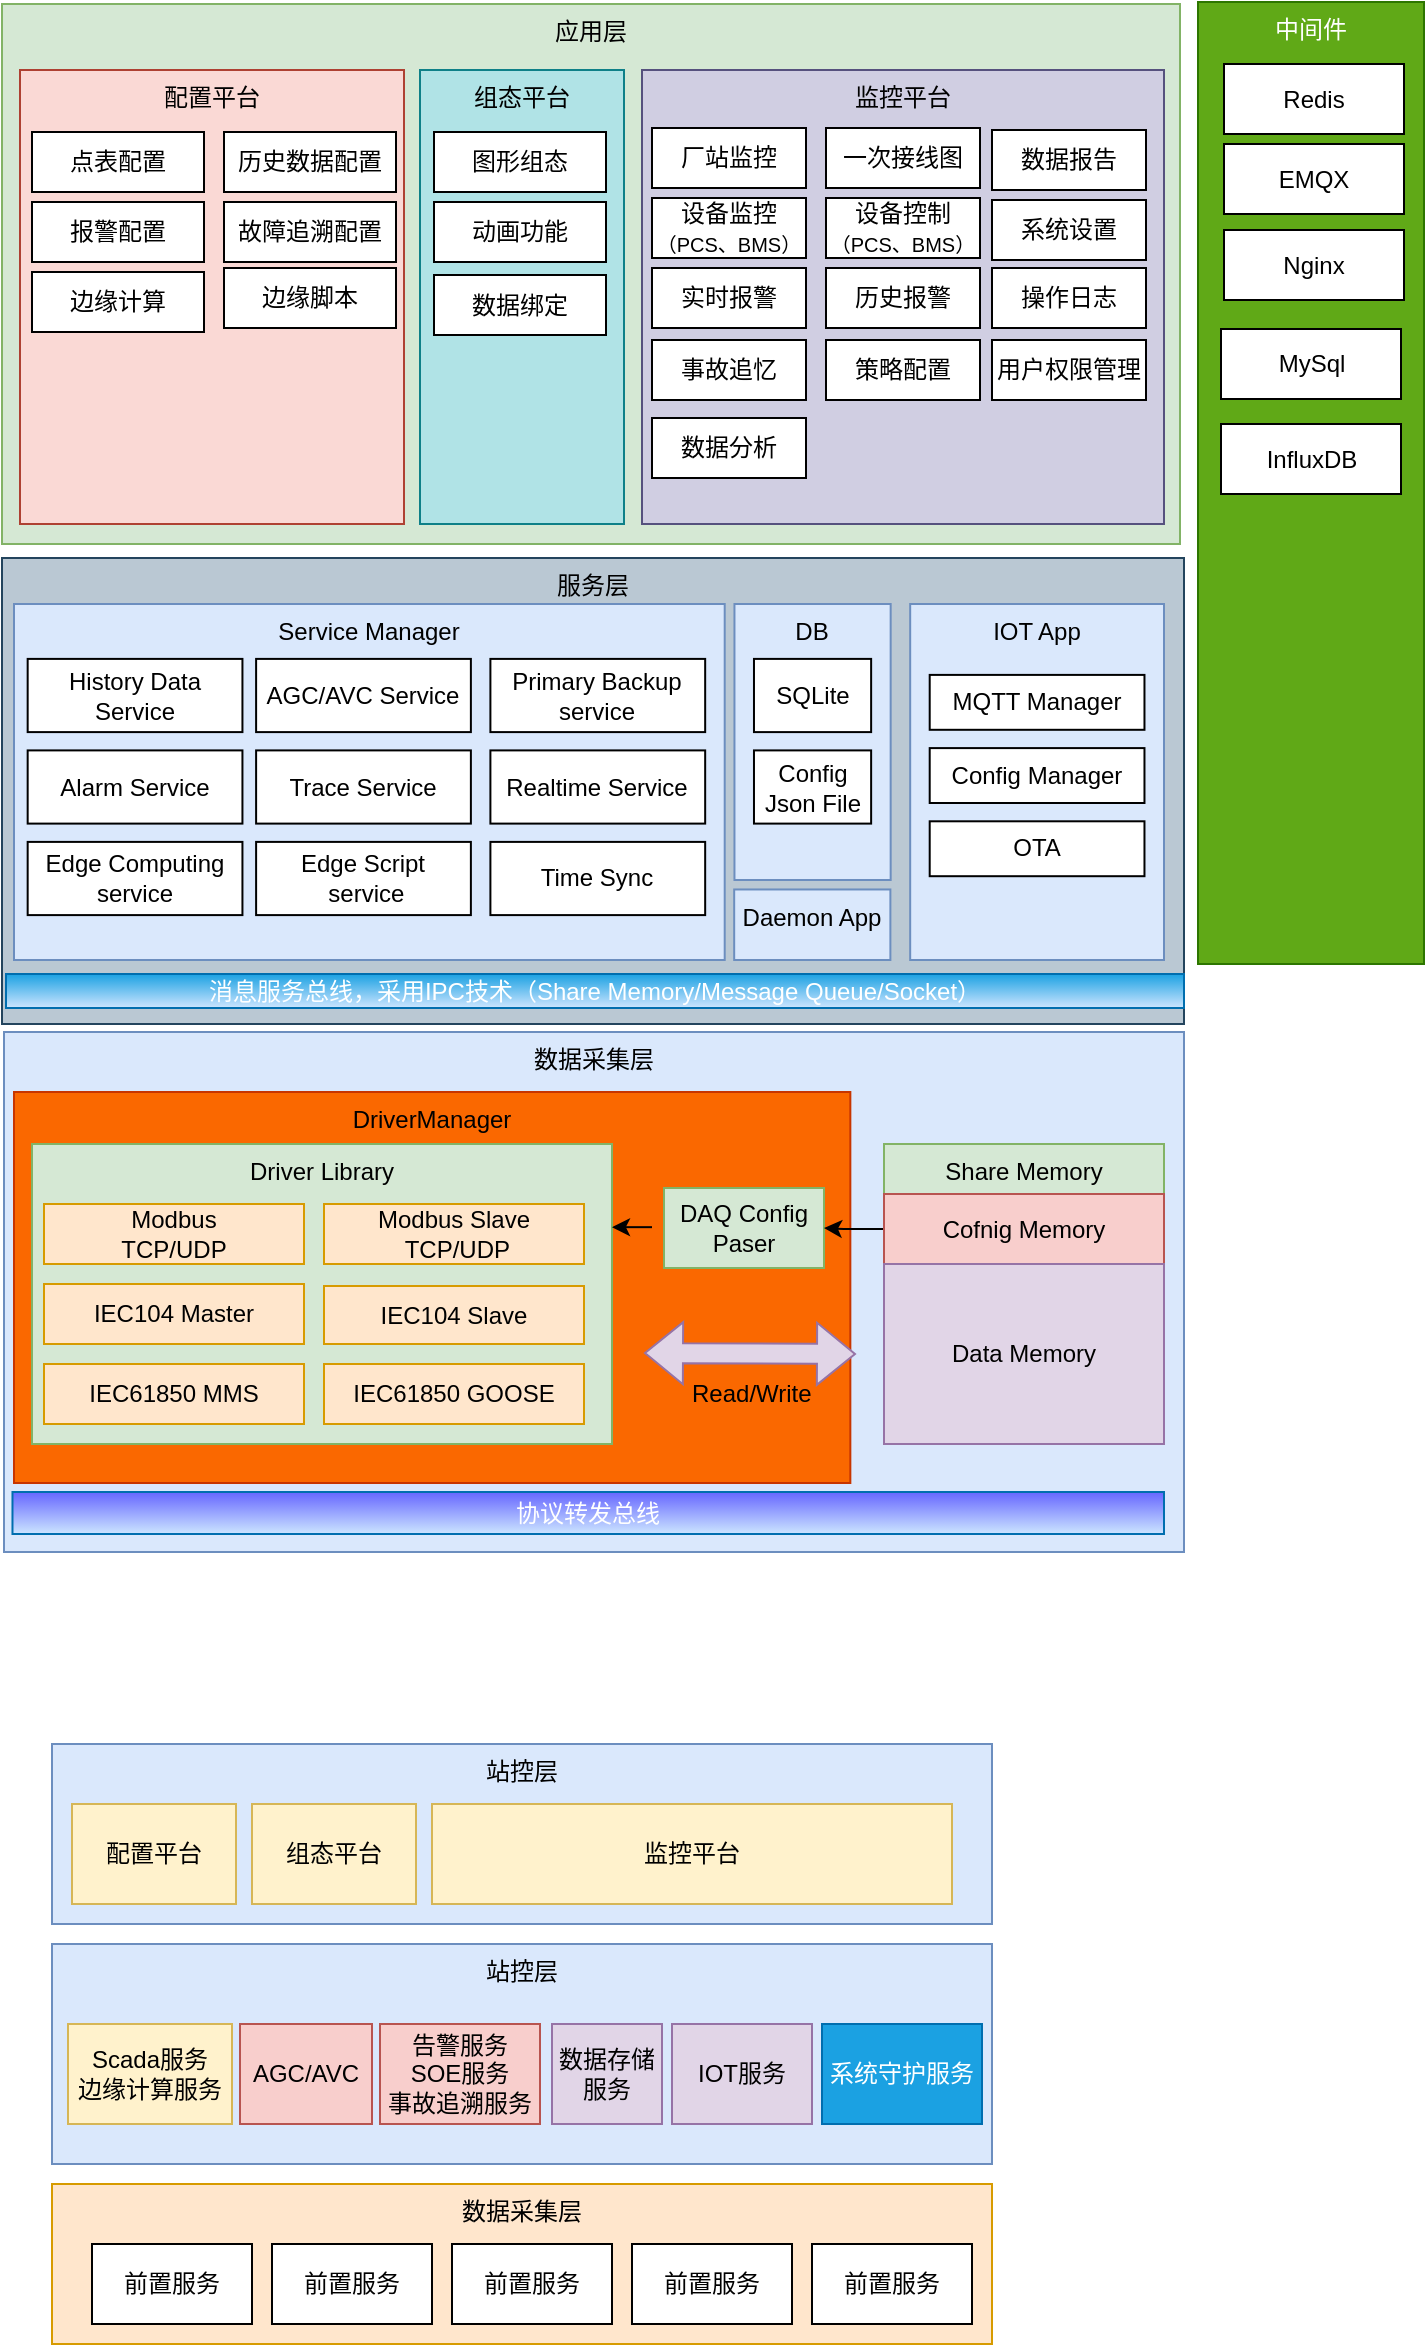
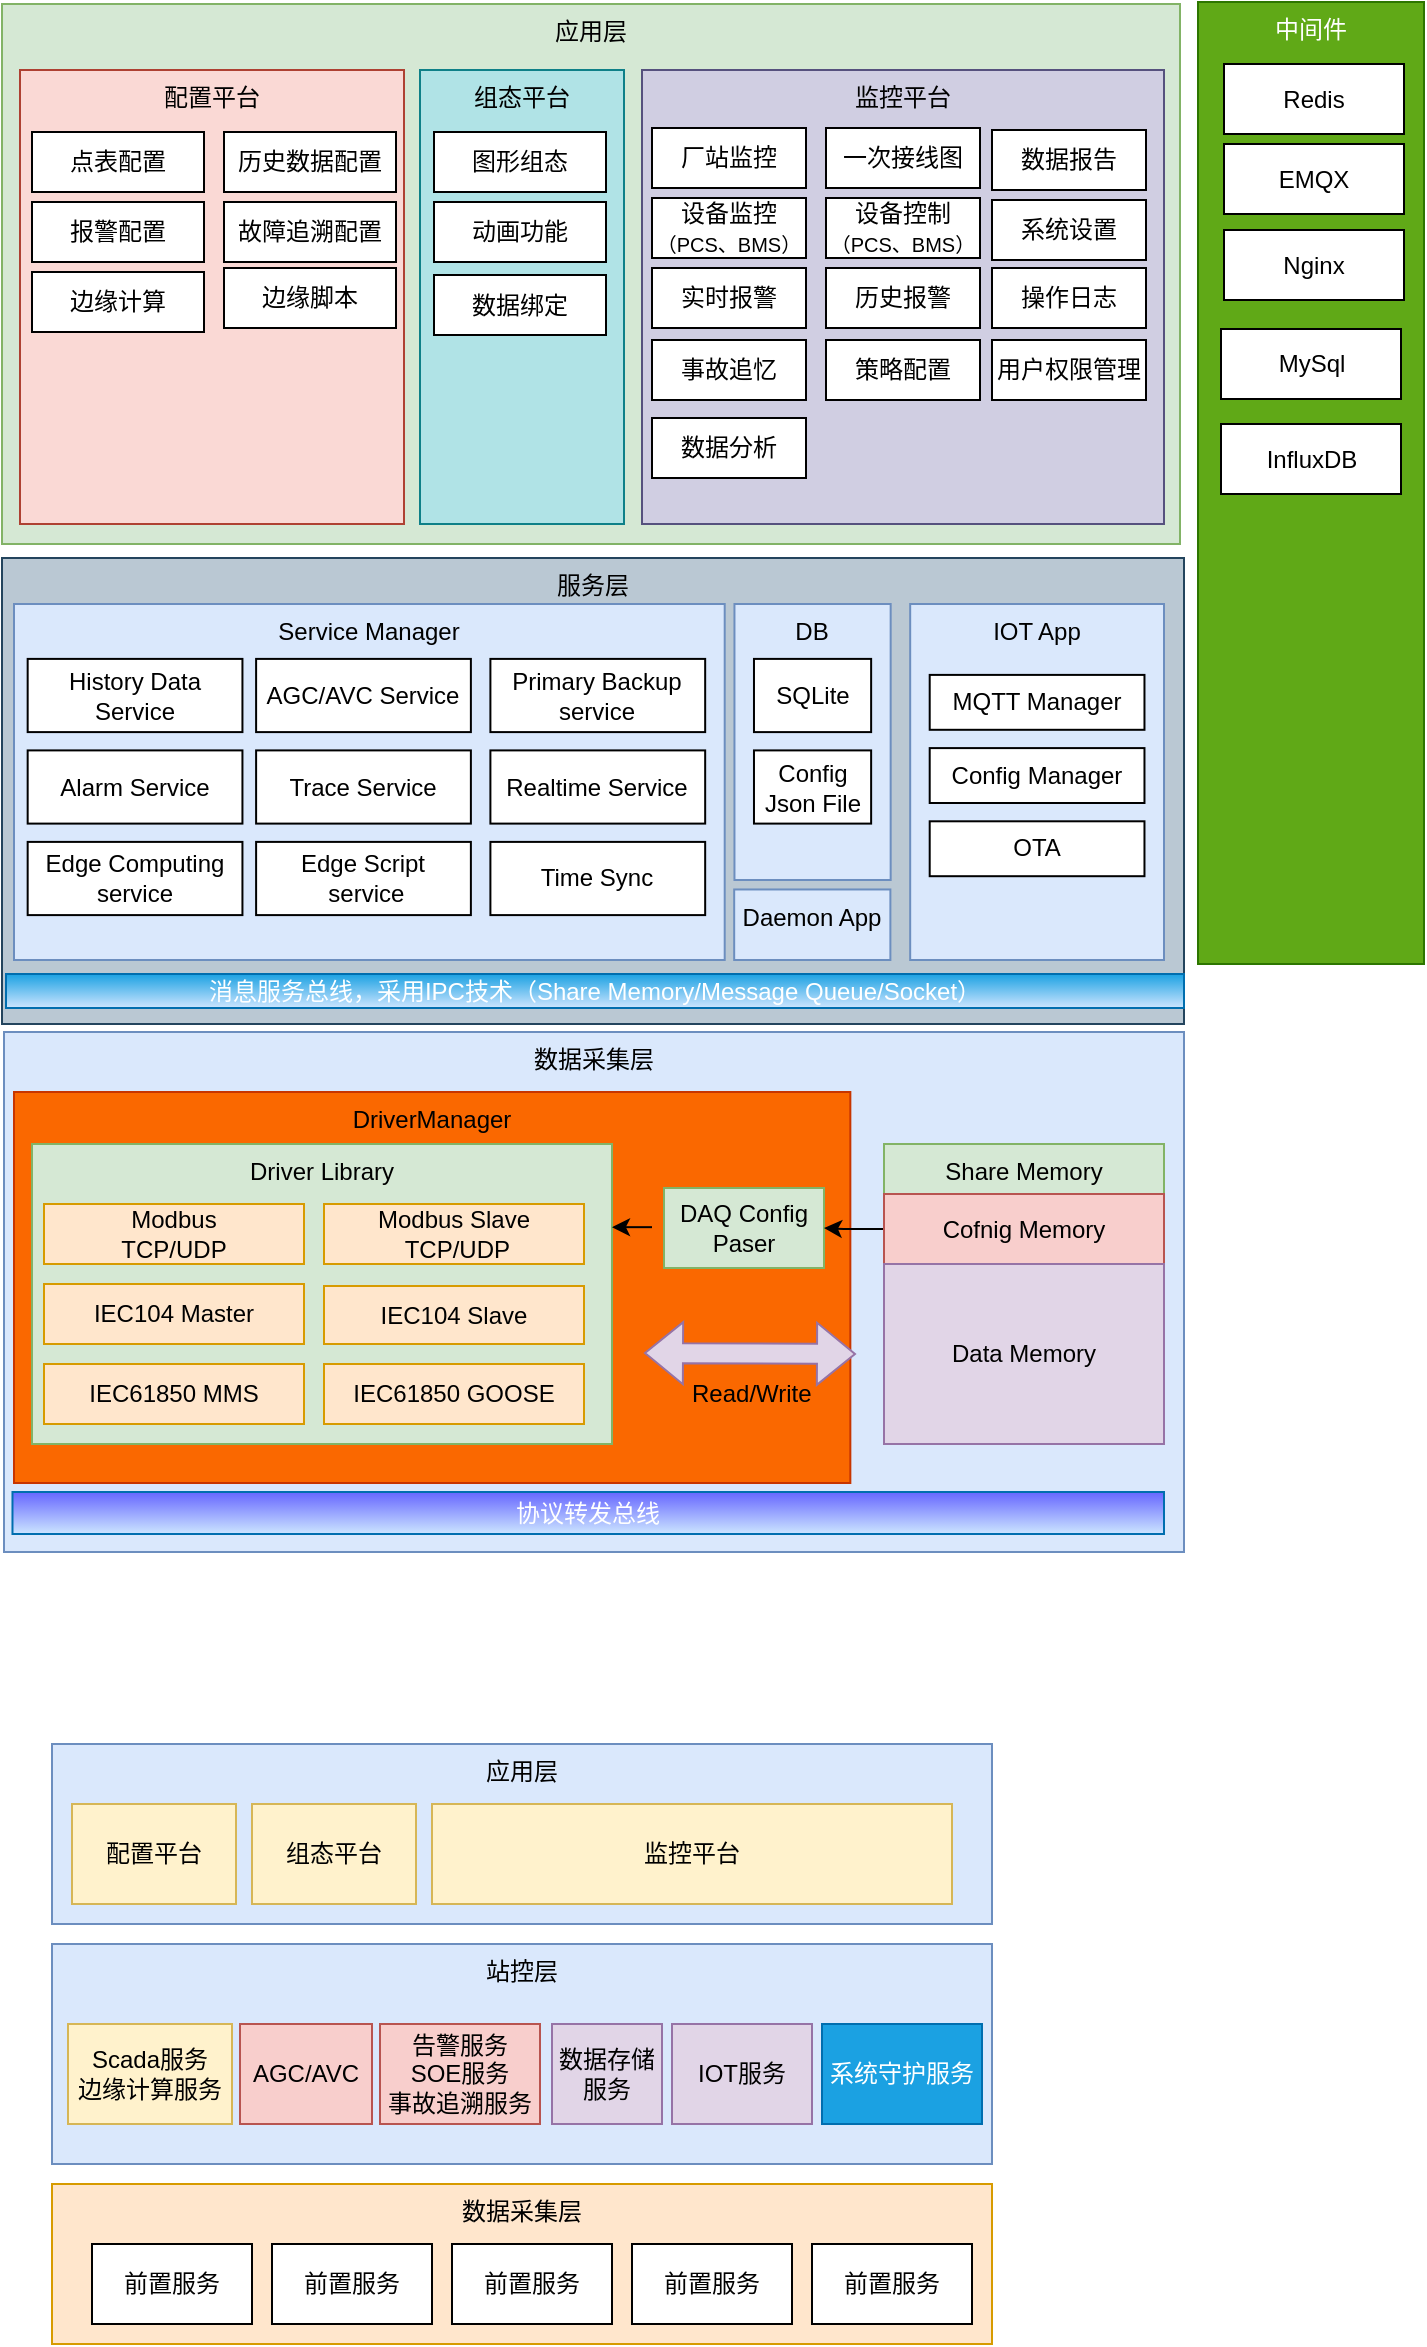
<mxfile host="app.diagrams.net">
  <diagram name="第 1 页" id="cmYdW-KwAcN8iq6mTffT">
    <mxGraphModel dx="1488" dy="1997" grid="1" gridSize="10" guides="1" tooltips="1" connect="1" arrows="1" fold="1" page="1" pageScale="1" pageWidth="827" pageHeight="1169" background="none" math="0" shadow="0">
      <root>
        <mxCell id="0" />
        <mxCell id="1" parent="0" />
        <mxCell id="tWvuuD-49sGy5XE3C95i-89" parent="1" style="rounded=0;whiteSpace=wrap;html=1;verticalAlign=top;fillColor=#bac8d3;strokeColor=#23445d;" value="服务层" vertex="1">
          <mxGeometry height="233" width="591" x="109" y="137" as="geometry" />
        </mxCell>
        <mxCell id="tWvuuD-49sGy5XE3C95i-70" parent="1" style="rounded=0;whiteSpace=wrap;html=1;fillColor=#1ba1e2;strokeColor=#006EAF;fontColor=#ffffff;fillStyle=solid;gradientColor=#CCE5FF;" value="消息服务总线，采用IPC技术（Share Memory/Message Queue/Socket）" vertex="1">
          <mxGeometry height="17" width="589" x="111" y="345" as="geometry" />
        </mxCell>
        <mxCell id="tWvuuD-49sGy5XE3C95i-1" parent="1" style="rounded=0;whiteSpace=wrap;html=1;labelPosition=center;verticalLabelPosition=middle;align=center;verticalAlign=top;fillColor=#dae8fc;strokeColor=#6c8ebf;" value="数据采集层" vertex="1">
          <mxGeometry height="260" width="590" x="110" y="374" as="geometry" />
        </mxCell>
        <mxCell id="fvacmNMgwCuQSH0wYwom-62" parent="1" style="rounded=0;whiteSpace=wrap;html=1;fillColor=#fa6800;fontColor=#000000;strokeColor=#C73500;verticalAlign=top;" value="DriverManager" vertex="1">
          <mxGeometry height="195.5" width="418.17" x="115" y="404" as="geometry" />
        </mxCell>
        <mxCell id="tWvuuD-49sGy5XE3C95i-3" parent="1" style="rounded=0;whiteSpace=wrap;html=1;verticalAlign=top;fillColor=#d5e8d4;strokeColor=#82b366;" value="Driver Library" vertex="1">
          <mxGeometry height="150" width="290" x="124" y="430" as="geometry" />
        </mxCell>
        <mxCell id="tWvuuD-49sGy5XE3C95i-4" parent="1" style="rounded=0;whiteSpace=wrap;html=1;align=center;fillColor=#ffe6cc;strokeColor=#d79b00;" value="&lt;div&gt;Modbus&lt;/div&gt;&lt;div&gt;TCP/UDP&lt;/div&gt;" vertex="1">
          <mxGeometry height="30" width="130" x="130" y="460" as="geometry" />
        </mxCell>
        <mxCell id="tWvuuD-49sGy5XE3C95i-6" parent="1" style="rounded=0;whiteSpace=wrap;html=1;fillColor=#ffe6cc;strokeColor=#d79b00;" value="IEC104 Master" vertex="1">
          <mxGeometry height="30" width="130" x="130" y="500" as="geometry" />
        </mxCell>
        <mxCell id="tWvuuD-49sGy5XE3C95i-7" parent="1" style="rounded=0;whiteSpace=wrap;html=1;fillColor=#ffe6cc;strokeColor=#d79b00;" value="IEC104 Slave" vertex="1">
          <mxGeometry height="29" width="130" x="270" y="501" as="geometry" />
        </mxCell>
        <mxCell id="tWvuuD-49sGy5XE3C95i-8" parent="1" style="rounded=0;whiteSpace=wrap;html=1;fillColor=#ffe6cc;strokeColor=#d79b00;" value="&lt;div&gt;Modbus Slave&lt;/div&gt;&lt;div&gt;&amp;nbsp;TCP/UDP&lt;/div&gt;" vertex="1">
          <mxGeometry height="30" width="130" x="270" y="460" as="geometry" />
        </mxCell>
        <mxCell id="tWvuuD-49sGy5XE3C95i-9" parent="1" style="rounded=0;whiteSpace=wrap;html=1;fillColor=#ffe6cc;strokeColor=#d79b00;" value="IEC61850 MMS" vertex="1">
          <mxGeometry height="30" width="130" x="130" y="540" as="geometry" />
        </mxCell>
        <mxCell id="tWvuuD-49sGy5XE3C95i-10" parent="1" style="rounded=0;whiteSpace=wrap;html=1;fillColor=#ffe6cc;strokeColor=#d79b00;" value="IEC61850 GOOSE" vertex="1">
          <mxGeometry height="30" width="130" x="270" y="540" as="geometry" />
        </mxCell>
        <mxCell id="tWvuuD-49sGy5XE3C95i-11" parent="1" style="rounded=0;whiteSpace=wrap;html=1;fillColor=#d5e8d4;strokeColor=#82b366;" value="DAQ Config Paser" vertex="1">
          <mxGeometry height="40" width="80" x="440" y="452" as="geometry" />
        </mxCell>
        <mxCell id="tWvuuD-49sGy5XE3C95i-12" parent="1" style="rounded=0;whiteSpace=wrap;html=1;fillColor=#d5e8d4;strokeColor=#82b366;verticalAlign=top;" value="Share Memory" vertex="1">
          <mxGeometry height="150" width="140" x="550" y="430" as="geometry" />
        </mxCell>
        <mxCell id="tWvuuD-49sGy5XE3C95i-20" edge="1" parent="1" source="tWvuuD-49sGy5XE3C95i-13" style="edgeStyle=orthogonalEdgeStyle;rounded=0;orthogonalLoop=1;jettySize=auto;html=1;" target="tWvuuD-49sGy5XE3C95i-11" value="">
          <mxGeometry relative="1" as="geometry" />
        </mxCell>
        <mxCell id="tWvuuD-49sGy5XE3C95i-13" parent="1" style="rounded=0;whiteSpace=wrap;html=1;fillColor=#f8cecc;strokeColor=#b85450;" value="Cofnig Memory" vertex="1">
          <mxGeometry height="35" width="140" x="550" y="455" as="geometry" />
        </mxCell>
        <mxCell id="tWvuuD-49sGy5XE3C95i-14" parent="1" style="rounded=0;whiteSpace=wrap;html=1;fillColor=#e1d5e7;strokeColor=#9673a6;" value="Data Memory" vertex="1">
          <mxGeometry height="90" width="140" x="550" y="490" as="geometry" />
        </mxCell>
        <mxCell id="tWvuuD-49sGy5XE3C95i-22" edge="1" parent="1" style="shape=flexArrow;endArrow=classic;startArrow=classic;html=1;rounded=0;fillColor=#e1d5e7;strokeColor=#9673a6;" value="">
          <mxGeometry height="100" relative="1" width="100" as="geometry">
            <mxPoint x="430" y="534.5" as="sourcePoint" />
            <mxPoint x="536" y="535" as="targetPoint" />
          </mxGeometry>
        </mxCell>
        <mxCell id="tWvuuD-49sGy5XE3C95i-30" edge="1" parent="1" style="endArrow=classic;html=1;rounded=0;" value="">
          <mxGeometry height="50" relative="1" width="50" as="geometry">
            <mxPoint x="434" y="471.58000000000004" as="sourcePoint" />
            <mxPoint x="414" y="471.58000000000004" as="targetPoint" />
          </mxGeometry>
        </mxCell>
        <mxCell id="tWvuuD-49sGy5XE3C95i-31" parent="1" style="text;strokeColor=none;fillColor=none;align=left;verticalAlign=middle;spacingLeft=4;spacingRight=4;overflow=hidden;points=[[0,0.5],[1,0.5]];portConstraint=eastwest;rotatable=0;whiteSpace=wrap;html=1;" value="Read/Write" vertex="1">
          <mxGeometry height="30" width="70" x="448" y="540" as="geometry" />
        </mxCell>
        <mxCell id="tWvuuD-49sGy5XE3C95i-47" parent="1" style="rounded=0;whiteSpace=wrap;html=1;verticalAlign=top;fillColor=#d5e8d4;strokeColor=#82b366;" value="应用层" vertex="1">
          <mxGeometry height="270" width="589" x="109" y="-140" as="geometry" />
        </mxCell>
        <mxCell id="tWvuuD-49sGy5XE3C95i-48" parent="1" style="rounded=0;whiteSpace=wrap;html=1;verticalAlign=top;fillColor=#fad9d5;strokeColor=#ae4132;" value="配置平台" vertex="1">
          <mxGeometry height="227" width="192" x="118" y="-107" as="geometry" />
        </mxCell>
        <mxCell id="tWvuuD-49sGy5XE3C95i-49" parent="1" style="rounded=0;whiteSpace=wrap;html=1;verticalAlign=top;fillColor=#b0e3e6;strokeColor=#0e8088;" value="组态平台" vertex="1">
          <mxGeometry height="227" width="102" x="318" y="-107" as="geometry" />
        </mxCell>
        <mxCell id="tWvuuD-49sGy5XE3C95i-50" parent="1" style="rounded=0;whiteSpace=wrap;html=1;verticalAlign=top;fillColor=#d0cee2;strokeColor=#56517e;" value="监控平台" vertex="1">
          <mxGeometry height="227" width="261" x="429" y="-107" as="geometry" />
        </mxCell>
        <mxCell id="tWvuuD-49sGy5XE3C95i-51" parent="1" style="rounded=0;whiteSpace=wrap;html=1;" value="点表配置" vertex="1">
          <mxGeometry height="30" width="86" x="124" y="-76" as="geometry" />
        </mxCell>
        <mxCell id="tWvuuD-49sGy5XE3C95i-52" parent="1" style="rounded=0;whiteSpace=wrap;html=1;" value="历史数据配置" vertex="1">
          <mxGeometry height="30" width="86" x="220" y="-76" as="geometry" />
        </mxCell>
        <mxCell id="tWvuuD-49sGy5XE3C95i-53" parent="1" style="rounded=0;whiteSpace=wrap;html=1;" value="报警配置" vertex="1">
          <mxGeometry height="30" width="86" x="124" y="-41" as="geometry" />
        </mxCell>
        <mxCell id="tWvuuD-49sGy5XE3C95i-54" parent="1" style="rounded=0;whiteSpace=wrap;html=1;" value="故障追溯配置" vertex="1">
          <mxGeometry height="30" width="86" x="220" y="-41" as="geometry" />
        </mxCell>
        <mxCell id="tWvuuD-49sGy5XE3C95i-55" parent="1" style="rounded=0;whiteSpace=wrap;html=1;" value="边缘计算" vertex="1">
          <mxGeometry height="30" width="86" x="124" y="-6" as="geometry" />
        </mxCell>
        <mxCell id="tWvuuD-49sGy5XE3C95i-56" parent="1" style="rounded=0;whiteSpace=wrap;html=1;" value="边缘脚本" vertex="1">
          <mxGeometry height="30" width="86" x="220" y="-8" as="geometry" />
        </mxCell>
        <mxCell id="tWvuuD-49sGy5XE3C95i-57" parent="1" style="rounded=0;whiteSpace=wrap;html=1;" value="图形组态" vertex="1">
          <mxGeometry height="30" width="86" x="325" y="-76" as="geometry" />
        </mxCell>
        <mxCell id="tWvuuD-49sGy5XE3C95i-58" parent="1" style="rounded=0;whiteSpace=wrap;html=1;" value="数据绑定" vertex="1">
          <mxGeometry height="30" width="86" x="325" y="-4.5" as="geometry" />
        </mxCell>
        <mxCell id="tWvuuD-49sGy5XE3C95i-59" parent="1" style="rounded=0;whiteSpace=wrap;html=1;" value="动画功能" vertex="1">
          <mxGeometry height="30" width="86" x="325" y="-41" as="geometry" />
        </mxCell>
        <mxCell id="tWvuuD-49sGy5XE3C95i-61" parent="1" style="rounded=0;whiteSpace=wrap;html=1;" value="厂站监控" vertex="1">
          <mxGeometry height="30" width="77" x="434" y="-78" as="geometry" />
        </mxCell>
        <mxCell id="tWvuuD-49sGy5XE3C95i-63" parent="1" style="rounded=0;whiteSpace=wrap;html=1;" value="一次接线图" vertex="1">
          <mxGeometry height="30" width="77" x="521" y="-78" as="geometry" />
        </mxCell>
        <mxCell id="tWvuuD-49sGy5XE3C95i-64" parent="1" style="rounded=0;whiteSpace=wrap;html=1;" value="&lt;div&gt;设备监控&lt;/div&gt;&lt;div&gt;&lt;font style=&quot;font-size: 10px;&quot;&gt;（PCS、BMS）&lt;/font&gt;&lt;/div&gt;" vertex="1">
          <mxGeometry height="30" width="77" x="434" y="-43" as="geometry" />
        </mxCell>
        <mxCell id="tWvuuD-49sGy5XE3C95i-65" parent="1" style="rounded=0;whiteSpace=wrap;html=1;" value="&lt;div&gt;设备控制&lt;/div&gt;&lt;div&gt;&lt;font style=&quot;font-size: 10px;&quot;&gt;（PCS、BMS）&lt;/font&gt;&lt;/div&gt;" vertex="1">
          <mxGeometry height="30" width="77" x="521" y="-43" as="geometry" />
        </mxCell>
        <mxCell id="tWvuuD-49sGy5XE3C95i-66" parent="1" style="rounded=0;whiteSpace=wrap;html=1;" value="&lt;div&gt;实时报警&lt;/div&gt;" vertex="1">
          <mxGeometry height="30" width="77" x="434" y="-8" as="geometry" />
        </mxCell>
        <mxCell id="tWvuuD-49sGy5XE3C95i-67" parent="1" style="rounded=0;whiteSpace=wrap;html=1;" value="&lt;div&gt;历史报警&lt;/div&gt;" vertex="1">
          <mxGeometry height="30" width="77" x="521" y="-8" as="geometry" />
        </mxCell>
        <mxCell id="tWvuuD-49sGy5XE3C95i-68" parent="1" style="rounded=0;whiteSpace=wrap;html=1;" value="事故追忆" vertex="1">
          <mxGeometry height="30" width="77" x="434" y="28" as="geometry" />
        </mxCell>
        <mxCell id="tWvuuD-49sGy5XE3C95i-69" parent="1" style="rounded=0;whiteSpace=wrap;html=1;" value="策略配置" vertex="1">
          <mxGeometry height="30" width="77" x="521" y="28" as="geometry" />
        </mxCell>
        <mxCell id="tWvuuD-49sGy5XE3C95i-73" parent="1" style="rounded=0;whiteSpace=wrap;html=1;verticalAlign=top;fillColor=#60a917;fontColor=#ffffff;strokeColor=#2D7600;" value="中间件" vertex="1">
          <mxGeometry height="481" width="113" x="707" y="-141" as="geometry" />
        </mxCell>
        <mxCell id="tWvuuD-49sGy5XE3C95i-74" parent="1" style="rounded=0;whiteSpace=wrap;html=1;" value="Redis" vertex="1">
          <mxGeometry height="35" width="90" x="720" y="-110" as="geometry" />
        </mxCell>
        <mxCell id="tWvuuD-49sGy5XE3C95i-75" parent="1" style="rounded=0;whiteSpace=wrap;html=1;" value="EMQX" vertex="1">
          <mxGeometry height="35" width="90" x="720" y="-70" as="geometry" />
        </mxCell>
        <mxCell id="tWvuuD-49sGy5XE3C95i-76" parent="1" style="rounded=0;whiteSpace=wrap;html=1;" value="Nginx" vertex="1">
          <mxGeometry height="35" width="90" x="720" y="-27" as="geometry" />
        </mxCell>
        <mxCell id="tWvuuD-49sGy5XE3C95i-77" parent="1" style="rounded=0;whiteSpace=wrap;html=1;" value="MySql" vertex="1">
          <mxGeometry height="35" width="90" x="718.5" y="22.5" as="geometry" />
        </mxCell>
        <mxCell id="tWvuuD-49sGy5XE3C95i-78" parent="1" style="rounded=0;whiteSpace=wrap;html=1;" value="InfluxDB" vertex="1">
          <mxGeometry height="35" width="90" x="718.5" y="70" as="geometry" />
        </mxCell>
        <mxCell id="tWvuuD-49sGy5XE3C95i-83" parent="1" style="rounded=0;whiteSpace=wrap;html=1;" value="操作日志" vertex="1">
          <mxGeometry height="30" width="77" x="604" y="-8" as="geometry" />
        </mxCell>
        <mxCell id="tWvuuD-49sGy5XE3C95i-84" parent="1" style="rounded=0;whiteSpace=wrap;html=1;" value="用户权限管理" vertex="1">
          <mxGeometry height="30" width="77" x="604" y="28" as="geometry" />
        </mxCell>
        <mxCell id="tWvuuD-49sGy5XE3C95i-85" parent="1" style="rounded=0;whiteSpace=wrap;html=1;" value="数据报告" vertex="1">
          <mxGeometry height="30" width="77" x="604" y="-77" as="geometry" />
        </mxCell>
        <mxCell id="tWvuuD-49sGy5XE3C95i-86" parent="1" style="rounded=0;whiteSpace=wrap;html=1;" value="系统设置" vertex="1">
          <mxGeometry height="30" width="77" x="604" y="-42" as="geometry" />
        </mxCell>
        <mxCell id="tWvuuD-49sGy5XE3C95i-88" parent="1" style="rounded=0;whiteSpace=wrap;html=1;" value="数据分析" vertex="1">
          <mxGeometry height="30" width="77" x="434" y="67" as="geometry" />
        </mxCell>
        <mxCell id="tWvuuD-49sGy5XE3C95i-32" parent="1" style="rounded=0;whiteSpace=wrap;html=1;labelPosition=center;verticalLabelPosition=middle;align=center;verticalAlign=top;fillColor=#dae8fc;strokeColor=#6c8ebf;" value="Service Manager" vertex="1">
          <mxGeometry height="178" width="355.35" x="115" y="160" as="geometry" />
        </mxCell>
        <mxCell id="tWvuuD-49sGy5XE3C95i-33" parent="1" style="rounded=0;whiteSpace=wrap;html=1;" value="History Data Service" vertex="1">
          <mxGeometry height="36.6" width="107.38539898132426" x="121.83361629881155" y="187.45" as="geometry" />
        </mxCell>
        <mxCell id="tWvuuD-49sGy5XE3C95i-34" parent="1" style="rounded=0;whiteSpace=wrap;html=1;" value="Alarm Service" vertex="1">
          <mxGeometry height="36.6" width="107.38539898132426" x="121.83361629881155" y="233.2" as="geometry" />
        </mxCell>
        <mxCell id="tWvuuD-49sGy5XE3C95i-35" parent="1" style="rounded=0;whiteSpace=wrap;html=1;" value="Edge Computing service" vertex="1">
          <mxGeometry height="36.6" width="107.38539898132426" x="121.83361629881155" y="278.95" as="geometry" />
        </mxCell>
        <mxCell id="tWvuuD-49sGy5XE3C95i-36" parent="1" style="rounded=0;whiteSpace=wrap;html=1;" value="AGC/AVC Service" vertex="1">
          <mxGeometry height="36.6" width="107.38539898132426" x="236.05263157894734" y="187.45" as="geometry" />
        </mxCell>
        <mxCell id="tWvuuD-49sGy5XE3C95i-37" parent="1" style="rounded=0;whiteSpace=wrap;html=1;" value="Trace Service" vertex="1">
          <mxGeometry height="36.6" width="107.38539898132426" x="236.05263157894734" y="233.2" as="geometry" />
        </mxCell>
        <mxCell id="tWvuuD-49sGy5XE3C95i-38" parent="1" style="rounded=0;whiteSpace=wrap;html=1;" value="&lt;div&gt;Edge Script&lt;/div&gt;&lt;div&gt;&amp;nbsp;service&lt;/div&gt;" vertex="1">
          <mxGeometry height="36.6" width="107.38539898132426" x="236.05263157894734" y="278.95" as="geometry" />
        </mxCell>
        <mxCell id="tWvuuD-49sGy5XE3C95i-39" parent="1" style="rounded=0;whiteSpace=wrap;html=1;" value="Primary Backup service" vertex="1">
          <mxGeometry height="36.6" width="107.38539898132426" x="353.2003395585738" y="187.45" as="geometry" />
        </mxCell>
        <mxCell id="tWvuuD-49sGy5XE3C95i-40" parent="1" style="rounded=0;whiteSpace=wrap;html=1;labelPosition=center;verticalLabelPosition=middle;align=center;verticalAlign=top;fillColor=#dae8fc;strokeColor=#6c8ebf;" value="IOT App" vertex="1">
          <mxGeometry height="178" width="126.91" x="563.09" y="160" as="geometry" />
        </mxCell>
        <mxCell id="tWvuuD-49sGy5XE3C95i-41" parent="1" style="rounded=0;whiteSpace=wrap;html=1;" value="MQTT Manager" vertex="1">
          <mxGeometry height="27.45" width="107.38539898132426" x="572.8522920203734" y="195.45" as="geometry" />
        </mxCell>
        <mxCell id="tWvuuD-49sGy5XE3C95i-42" parent="1" style="rounded=0;whiteSpace=wrap;html=1;" value="Config Manager" vertex="1">
          <mxGeometry height="27.45" width="107.38539898132426" x="572.8522920203734" y="232.05" as="geometry" />
        </mxCell>
        <mxCell id="tWvuuD-49sGy5XE3C95i-43" parent="1" style="rounded=0;whiteSpace=wrap;html=1;" value="Realtime Service" vertex="1">
          <mxGeometry height="36.6" width="107.38539898132426" x="353.2003395585738" y="233.2" as="geometry" />
        </mxCell>
        <mxCell id="tWvuuD-49sGy5XE3C95i-44" parent="1" style="rounded=0;whiteSpace=wrap;html=1;labelPosition=center;verticalLabelPosition=middle;align=center;verticalAlign=top;fillColor=#dae8fc;strokeColor=#6c8ebf;" value="DB" vertex="1">
          <mxGeometry height="138" width="78.1" x="475.23" y="160" as="geometry" />
        </mxCell>
        <mxCell id="tWvuuD-49sGy5XE3C95i-45" parent="1" style="rounded=0;whiteSpace=wrap;html=1;" value="SQLite" vertex="1">
          <mxGeometry height="36.6" width="58.57385398981324" x="484.9915110356536" y="187.45" as="geometry" />
        </mxCell>
        <mxCell id="tWvuuD-49sGy5XE3C95i-46" parent="1" style="rounded=0;whiteSpace=wrap;html=1;" value="&lt;div&gt;Config&lt;/div&gt;&lt;div&gt;Json File&lt;/div&gt;" vertex="1">
          <mxGeometry height="36.6" width="58.57385398981324" x="484.9915110356536" y="233.2" as="geometry" />
        </mxCell>
        <mxCell id="tWvuuD-49sGy5XE3C95i-79" parent="1" style="rounded=0;whiteSpace=wrap;html=1;" value="OTA" vertex="1">
          <mxGeometry height="27.45" width="107.38539898132426" x="572.8522920203734" y="268.65" as="geometry" />
        </mxCell>
        <mxCell id="tWvuuD-49sGy5XE3C95i-80" parent="1" style="rounded=0;whiteSpace=wrap;html=1;labelPosition=center;verticalLabelPosition=middle;align=center;verticalAlign=top;fillColor=#dae8fc;strokeColor=#6c8ebf;" value="Daemon App" vertex="1">
          <mxGeometry height="35.26" width="78.1" x="475.09" y="302.74" as="geometry" />
        </mxCell>
        <mxCell id="tWvuuD-49sGy5XE3C95i-81" parent="1" style="rounded=0;whiteSpace=wrap;html=1;" value="Time Sync" vertex="1">
          <mxGeometry height="36.6" width="107.38539898132426" x="353.2003395585738" y="278.95" as="geometry" />
        </mxCell>
        <mxCell id="aoO8w_xtNYREDllr1Nt--1" parent="1" style="rounded=0;whiteSpace=wrap;html=1;fillColor=#6666FF;strokeColor=#006EAF;fontColor=#ffffff;fillStyle=solid;gradientColor=#CCE5FF;" value="协议转发总线" vertex="1">
          <mxGeometry height="21" width="575.76" x="114.24" y="604" as="geometry" />
        </mxCell>
        <mxCell id="v0J59R1EMO4tD5IYC0D5-1" parent="1" style="rounded=0;whiteSpace=wrap;html=1;verticalAlign=top;fillColor=#ffe6cc;strokeColor=#d79b00;" value="数据采集层" vertex="1">
          <mxGeometry height="80" width="470" x="134" y="950" as="geometry" />
        </mxCell>
        <mxCell id="v0J59R1EMO4tD5IYC0D5-2" parent="1" style="rounded=0;whiteSpace=wrap;html=1;" value="前置服务" vertex="1">
          <mxGeometry height="40" width="80" x="154" y="980" as="geometry" />
        </mxCell>
        <mxCell id="v0J59R1EMO4tD5IYC0D5-3" parent="1" style="rounded=0;whiteSpace=wrap;html=1;" value="前置服务" vertex="1">
          <mxGeometry height="40" width="80" x="244" y="980" as="geometry" />
        </mxCell>
        <mxCell id="v0J59R1EMO4tD5IYC0D5-4" parent="1" style="rounded=0;whiteSpace=wrap;html=1;" value="前置服务" vertex="1">
          <mxGeometry height="40" width="80" x="334" y="980" as="geometry" />
        </mxCell>
        <mxCell id="v0J59R1EMO4tD5IYC0D5-5" parent="1" style="rounded=0;whiteSpace=wrap;html=1;" value="前置服务" vertex="1">
          <mxGeometry height="40" width="80" x="424" y="980" as="geometry" />
        </mxCell>
        <mxCell id="v0J59R1EMO4tD5IYC0D5-6" parent="1" style="rounded=0;whiteSpace=wrap;html=1;" value="前置服务" vertex="1">
          <mxGeometry height="40" width="80" x="514" y="980" as="geometry" />
        </mxCell>
        <mxCell id="v0J59R1EMO4tD5IYC0D5-7" parent="1" style="rounded=0;whiteSpace=wrap;html=1;verticalAlign=top;fillColor=#dae8fc;strokeColor=#6c8ebf;" value="站控层" vertex="1">
          <mxGeometry height="110" width="470" x="134" y="830" as="geometry" />
        </mxCell>
        <mxCell id="v0J59R1EMO4tD5IYC0D5-8" parent="1" style="rounded=0;whiteSpace=wrap;html=1;fillColor=#fff2cc;strokeColor=#d6b656;" value="&lt;div&gt;Scada服务&lt;/div&gt;&lt;div&gt;边缘计算服务&lt;/div&gt;" vertex="1">
          <mxGeometry height="50" width="82" x="142" y="870" as="geometry" />
        </mxCell>
        <mxCell id="v0J59R1EMO4tD5IYC0D5-9" parent="1" style="rounded=0;whiteSpace=wrap;html=1;fillColor=#f8cecc;strokeColor=#b85450;" value="AGC/AVC" vertex="1">
          <mxGeometry height="50" width="66" x="228" y="870" as="geometry" />
        </mxCell>
        <mxCell id="v0J59R1EMO4tD5IYC0D5-10" parent="1" style="rounded=0;whiteSpace=wrap;html=1;fillColor=#f8cecc;strokeColor=#b85450;" value="&lt;div&gt;告警服务&lt;/div&gt;&lt;div&gt;SOE服务&lt;/div&gt;&lt;div&gt;事故追溯服务&lt;/div&gt;" vertex="1">
          <mxGeometry height="50" width="80" x="298" y="870" as="geometry" />
        </mxCell>
        <mxCell id="v0J59R1EMO4tD5IYC0D5-11" parent="1" style="rounded=0;whiteSpace=wrap;html=1;fillColor=#e1d5e7;strokeColor=#9673a6;" value="数据存储服务" vertex="1">
          <mxGeometry height="50" width="55" x="384" y="870" as="geometry" />
        </mxCell>
        <mxCell id="v0J59R1EMO4tD5IYC0D5-12" parent="1" style="rounded=0;whiteSpace=wrap;html=1;fillColor=#1ba1e2;fontColor=#ffffff;strokeColor=#006EAF;" value="系统守护服务" vertex="1">
          <mxGeometry height="50" width="80" x="519" y="870" as="geometry" />
        </mxCell>
        <mxCell id="v0J59R1EMO4tD5IYC0D5-13" parent="1" style="rounded=0;whiteSpace=wrap;html=1;fillColor=#e1d5e7;strokeColor=#9673a6;" value="IOT服务" vertex="1">
          <mxGeometry height="50" width="70" x="444" y="870" as="geometry" />
        </mxCell>
-         <mxCell id="v0J59R1EMO4tD5IYC0D5-14" parent="1" style="rounded=0;whiteSpace=wrap;html=1;verticalAlign=top;fillColor=#dae8fc;strokeColor=#6c8ebf;" value="站控层" vertex="1">
+         <mxCell id="v0J59R1EMO4tD5IYC0D5-14" parent="1" style="rounded=0;whiteSpace=wrap;html=1;verticalAlign=top;fillColor=#dae8fc;strokeColor=#6c8ebf;" value="应用层" vertex="1">
          <mxGeometry height="90" width="470" x="134" y="730" as="geometry" />
        </mxCell>
        <mxCell id="v0J59R1EMO4tD5IYC0D5-15" parent="1" style="rounded=0;whiteSpace=wrap;html=1;fillColor=#fff2cc;strokeColor=#d6b656;" value="配置平台" vertex="1">
          <mxGeometry height="50" width="82" x="144" y="760" as="geometry" />
        </mxCell>
        <mxCell id="v0J59R1EMO4tD5IYC0D5-16" parent="1" style="rounded=0;whiteSpace=wrap;html=1;fillColor=#fff2cc;strokeColor=#d6b656;" value="组态平台" vertex="1">
          <mxGeometry height="50" width="82" x="234" y="760" as="geometry" />
        </mxCell>
        <mxCell id="v0J59R1EMO4tD5IYC0D5-17" parent="1" style="rounded=0;whiteSpace=wrap;html=1;fillColor=#fff2cc;strokeColor=#d6b656;" value="监控平台" vertex="1">
          <mxGeometry height="50" width="260" x="324" y="760" as="geometry" />
        </mxCell>
      </root>
    </mxGraphModel>
  </diagram>
</mxfile>
